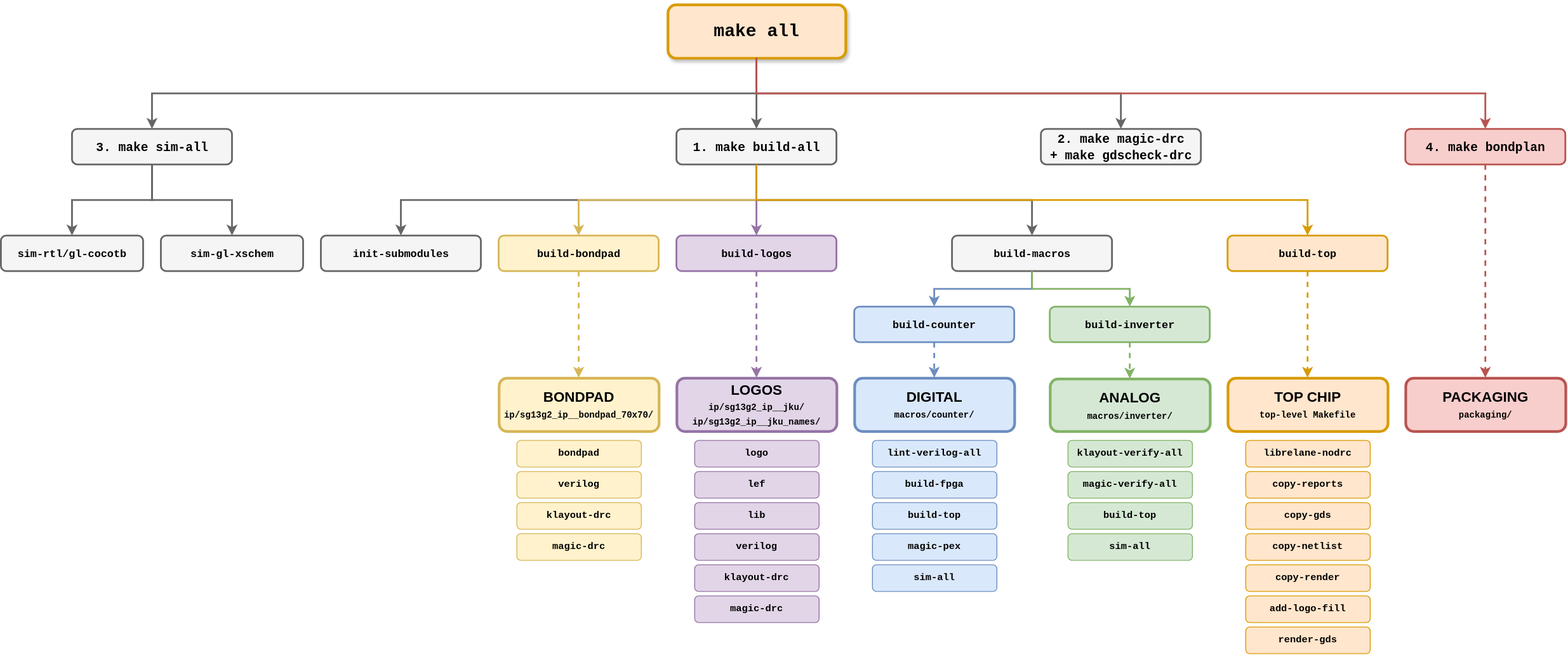
Earlier version of the draw.io export tutorial/fig/targets_overview/targets_overview.svg (iic-jku/ihp-sg13g2-ams-chip-template). Source tidied: cells renumbered, new cells last; positions are measured from the earlier drawing's top-left corner, leaving out a move shared by most shapes.
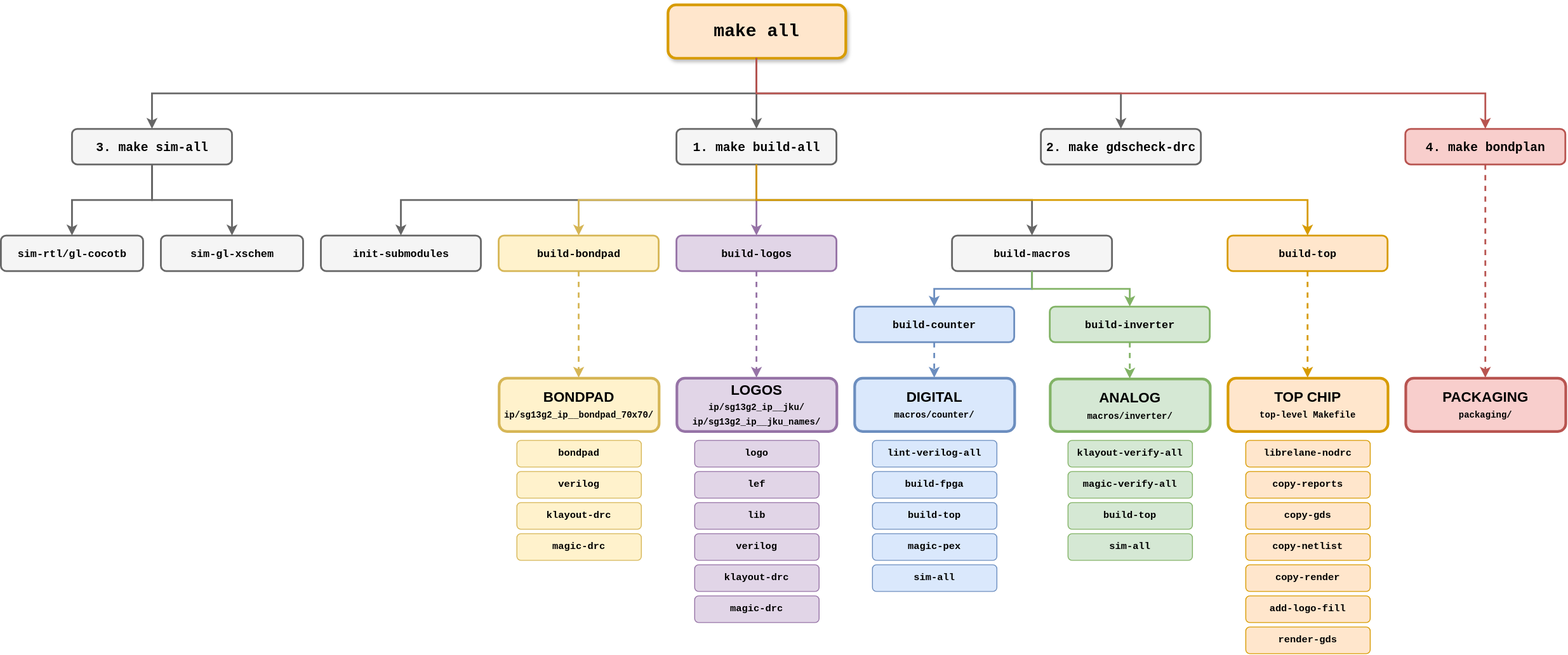
After the commit.

Commit message:
left the chip's Magic DRC out of `make all` until the foundry cells are clean in it

Diff of the diagram source:
```diff
@@ -11,7 +11,7 @@
     <mxCell id="4" value="&lt;font face=&quot;Courier New&quot;&gt;&lt;b&gt;1. make build-all&lt;/b&gt;&lt;/font&gt;" style="rounded=1;whiteSpace=wrap;html=1;fontSize=14;fillColor=#f5f5f5;strokeColor=#666666;strokeWidth=2;fontStyle=1;verticalAlign=middle;sketch=0;" parent="1" vertex="1">
       <mxGeometry x="760" y="140" width="180" height="40" as="geometry" />
     </mxCell>
-    <mxCell id="5" value="&lt;font face=&quot;Courier New&quot;&gt;&lt;b&gt;2. make magic-drc&lt;br&gt;+ make gdscheck-drc&lt;/b&gt;&lt;/font&gt;" style="rounded=1;whiteSpace=wrap;html=1;fontSize=14;fillColor=#f5f5f5;strokeColor=#666666;strokeWidth=2;fontStyle=1;verticalAlign=middle;sketch=0;" parent="1" vertex="1">
+    <mxCell id="5" value="&lt;font face=&quot;Courier New&quot;&gt;&lt;b&gt;2. make gdscheck-drc&lt;/b&gt;&lt;/font&gt;" style="rounded=1;whiteSpace=wrap;html=1;fontSize=14;fillColor=#f5f5f5;strokeColor=#666666;strokeWidth=2;fontStyle=1;verticalAlign=middle;sketch=0;" parent="1" vertex="1">
       <mxGeometry x="1170" y="140" width="180" height="40" as="geometry" />
     </mxCell>
     <mxCell id="6" value="&lt;font face=&quot;Courier New&quot; style=&quot;font-size: 12px;&quot;&gt;&lt;b&gt;sim-rtl/gl-cocotb&lt;/b&gt;&lt;/font&gt;" style="rounded=1;whiteSpace=wrap;html=1;fontSize=12;fillColor=#f5f5f5;strokeColor=#666666;strokeWidth=2;fontStyle=1;verticalAlign=middle;sketch=0;" parent="1" vertex="1">
```
